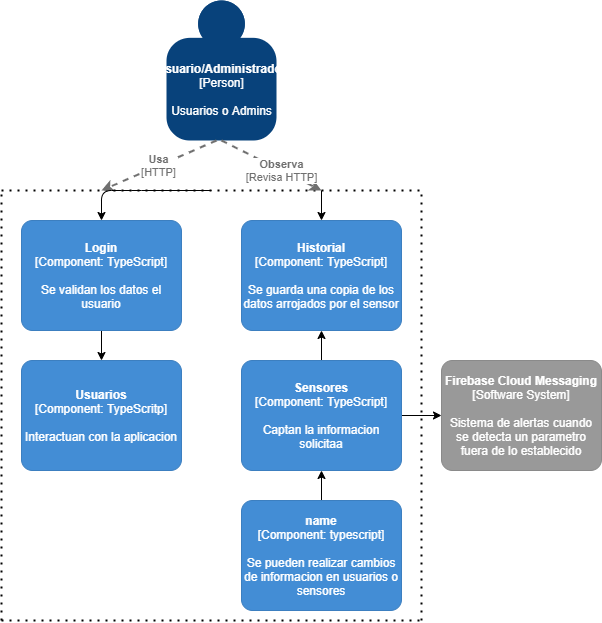
This is images/diagramaComponentes2.drawio.png from abraham22rodriguez/AnalisisAvanzadoDeSoftware_AbrahamRodriguez, a draw.io export, as it was before one commit. Source tidied: cells renumbered, new cells last; positions are measured from the earlier drawing's top-left corner, leaving out a move shared by most shapes.
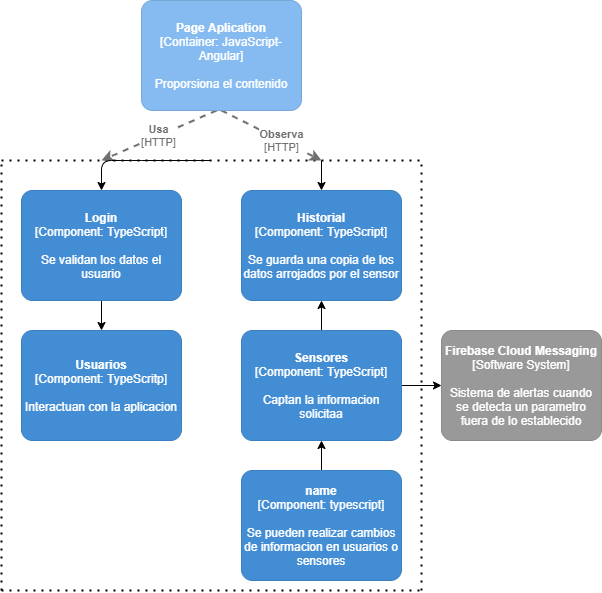
After the commit.

Diff of the diagram source:
```diff
@@ -2,11 +2,6 @@
   <root>
     <mxCell id="0" />
     <mxCell id="1" parent="0" />
-    <object id="2" label="&lt;b&gt;%c4Name%&lt;/b&gt;&lt;div&gt;[%c4Type%]&lt;/div&gt;&lt;br&gt;&lt;div&gt;%c4Description%&lt;/div&gt;" c4Description="Usuarios o Admins " c4Name="Usuario/Administrador" c4Type="Person" placeholders="1">
-      <mxCell style="html=1;dashed=0;whitespace=wrap;fillColor=#08427b;strokeColor=none;fontColor=#ffffff;shape=mxgraph.c4.person;align=center;points=[[0.5,0,0],[1,0.5,0],[1,0.75,0],[0.75,1,0],[0.5,1,0],[0.25,1,0],[0,0.75,0],[0,0.5,0]];metaData={&quot;c4Type&quot;:{&quot;editable&quot;:false}};" parent="1" vertex="1">
-        <mxGeometry x="165" width="110" height="140" as="geometry" />
-      </mxCell>
-    </object>
     <mxCell id="3" style="endArrow=none;dashed=1;html=1;dashPattern=1 3;strokeWidth=2;" parent="1" edge="1">
       <mxGeometry relative="1" as="geometry">
         <mxPoint y="190" as="sourcePoint" />
@@ -93,9 +88,10 @@
         <mxGeometry x="240" y="360" width="160" height="110" as="geometry" />
       </mxCell>
     </object>
-    <object id="19" label="&lt;div style=&quot;text-align: left&quot;&gt;&lt;div style=&quot;text-align: center&quot;&gt;&lt;b&gt;%c4Description%&lt;/b&gt;&lt;/div&gt;&lt;div style=&quot;text-align: center&quot;&gt;[%c4Technology%]&lt;/div&gt;&lt;/div&gt;" c4Description="Observa" c4Technology="Revisa HTTP" c4Type="Relationship" placeholders="1">
-      <mxCell style="edgeStyle=none;rounded=0;html=1;jettySize=auto;strokeColor=#707070;strokeWidth=2;fontColor=#707070;jumpStyle=none;dashed=1;metaData={&quot;c4Type&quot;:{&quot;editable&quot;:false}};exitX=0.5;exitY=1;exitDx=0;exitDy=0;exitPerimeter=0;" parent="1" edge="1" source="2">
+    <object id="19" label="&lt;div style=&quot;text-align: left&quot;&gt;&lt;div style=&quot;text-align: center&quot;&gt;&lt;b&gt;%c4Description%&lt;/b&gt;&lt;/div&gt;&lt;div style=&quot;text-align: center&quot;&gt;[%c4Technology%]&lt;/div&gt;&lt;/div&gt;" c4Description="Observa" c4Technology="HTTP" c4Type="Relationship" placeholders="1">
+      <mxCell style="edgeStyle=none;rounded=0;html=1;jettySize=auto;orthogonalLoop=1;strokeColor=#707070;strokeWidth=2;fontColor=#707070;jumpStyle=none;dashed=1;metaData={&quot;c4Type&quot;:{&quot;editable&quot;:false}};exitX=0.5;exitY=1;exitDx=0;exitDy=0;exitPerimeter=0;" parent="1" edge="1">
         <mxGeometry x="0.2" relative="1" as="geometry">
+          <mxPoint x="220" y="140" as="sourcePoint" />
           <mxPoint x="320" y="190" as="targetPoint" />
         </mxGeometry>
       </mxCell>
@@ -105,5 +101,10 @@
         <mxPoint x="320" y="190" as="sourcePoint" />
       </mxGeometry>
     </mxCell>
+    <object id="21" label="&lt;b&gt;%c4Name%&lt;/b&gt;&lt;div&gt;[%c4Type%: %c4Technology%]&lt;/div&gt;&lt;br&gt;&lt;div&gt;%c4Description%&lt;/div&gt;" c4Description="Proporsiona el contenido" c4Name="Page Aplication" c4Technology="JavaScript-Angular" c4Type="Container" placeholders="1">
+      <mxCell style="rounded=1;whiteSpace=wrap;html=1;labelBackgroundColor=none;fillColor=#85BBF0;fontColor=#ffffff;align=center;arcSize=10;strokeColor=#78A8D8;metaData={&quot;c4Type&quot;:{&quot;editable&quot;:false}};" parent="1" vertex="1">
+        <mxGeometry x="140" y="30" width="160" height="110" as="geometry" />
+      </mxCell>
+    </object>
   </root>
 </mxGraphModel>
```
